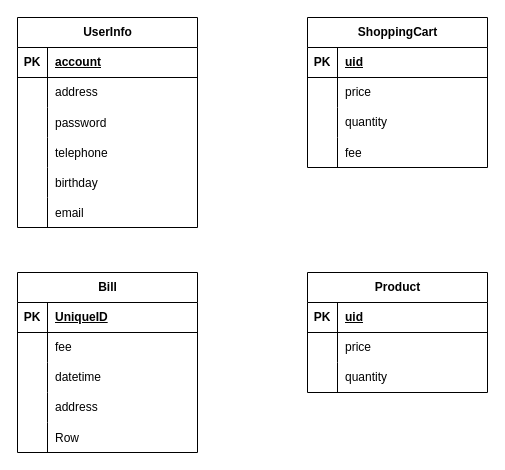
Before: 未命名绘图.drawio in gyes990123/Lab_A, a draw.io diagram. Source tidied: cells renumbered, new cells numbered last; positions are measured from the earlier drawing's top-left corner, leaving out a move shared by most shapes. Both pictures are drawn from the tidied source at 100%, with x=0, y=0 at pixel (17, 17).
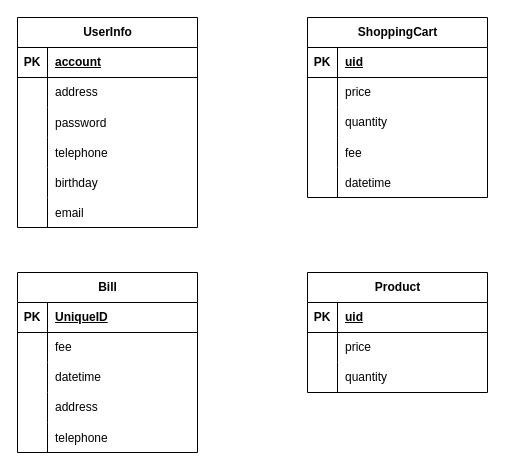
After the change.

Commit message (it also covers changes not shown here):
更新未命名绘图.drawio

The change refers to these unchanged cells:
```xml
<mxCell id="47" style="shape=tableRow;horizontal=0;startSize=0;swimlaneHead=0;swimlaneBody=0;fillColor=none;top=0;left=0;right=0;bottom=0;" parent="34" vertex="1">
  <mxGeometry y="150" width="180" height="30" as="geometry" />
</mxCell>
```

What changed in the source:
```diff
@@
     <mxCell id="21" value="ShoppingCart" style="shape=table;startSize=30;childLayout=tableLayout;rowLines=0;fontStyle=1;align=center;html=1;" parent="1" vertex="1">
-      <mxGeometry x="290" width="180" height="150" as="geometry" />
+      <mxGeometry x="290" width="180" height="180" as="geometry" />
     </mxCell>
@@
+    <mxCell id="60" style="shape=tableRow;horizontal=0;startSize=0;swimlaneHead=0;swimlaneBody=0;fillColor=none;top=0;left=0;right=0;bottom=0;" parent="21" vertex="1">
+      <mxGeometry y="150" width="180" height="30" as="geometry" />
+    </mxCell>
+    <mxCell id="61" style="shape=partialRectangle;fillColor=none;top=0;left=0;bottom=0;right=0;overflow=hidden;" parent="60" vertex="1">
+      <mxGeometry width="30" height="30" as="geometry" />
+    </mxCell>
+    <mxCell id="62" value="datetime" style="shape=partialRectangle;fillColor=none;top=0;left=0;bottom=0;right=0;align=left;spacingLeft=6;overflow=hidden;" parent="60" vertex="1">
+      <mxGeometry x="30" width="150" height="30" as="geometry" />
+    </mxCell>
@@
-    <mxCell id="49" value="Row" style="shape=partialRectangle;fillColor=none;top=0;left=0;bottom=0;right=0;align=left;spacingLeft=6;overflow=hidden;" parent="47" vertex="1">
+    <mxCell id="49" value="telephone" style="shape=partialRectangle;fillColor=none;top=0;left=0;bottom=0;right=0;align=left;spacingLeft=6;overflow=hidden;" parent="47" vertex="1">
       <mxGeometry x="30" width="150" height="30" as="geometry" />
     </mxCell>
```
